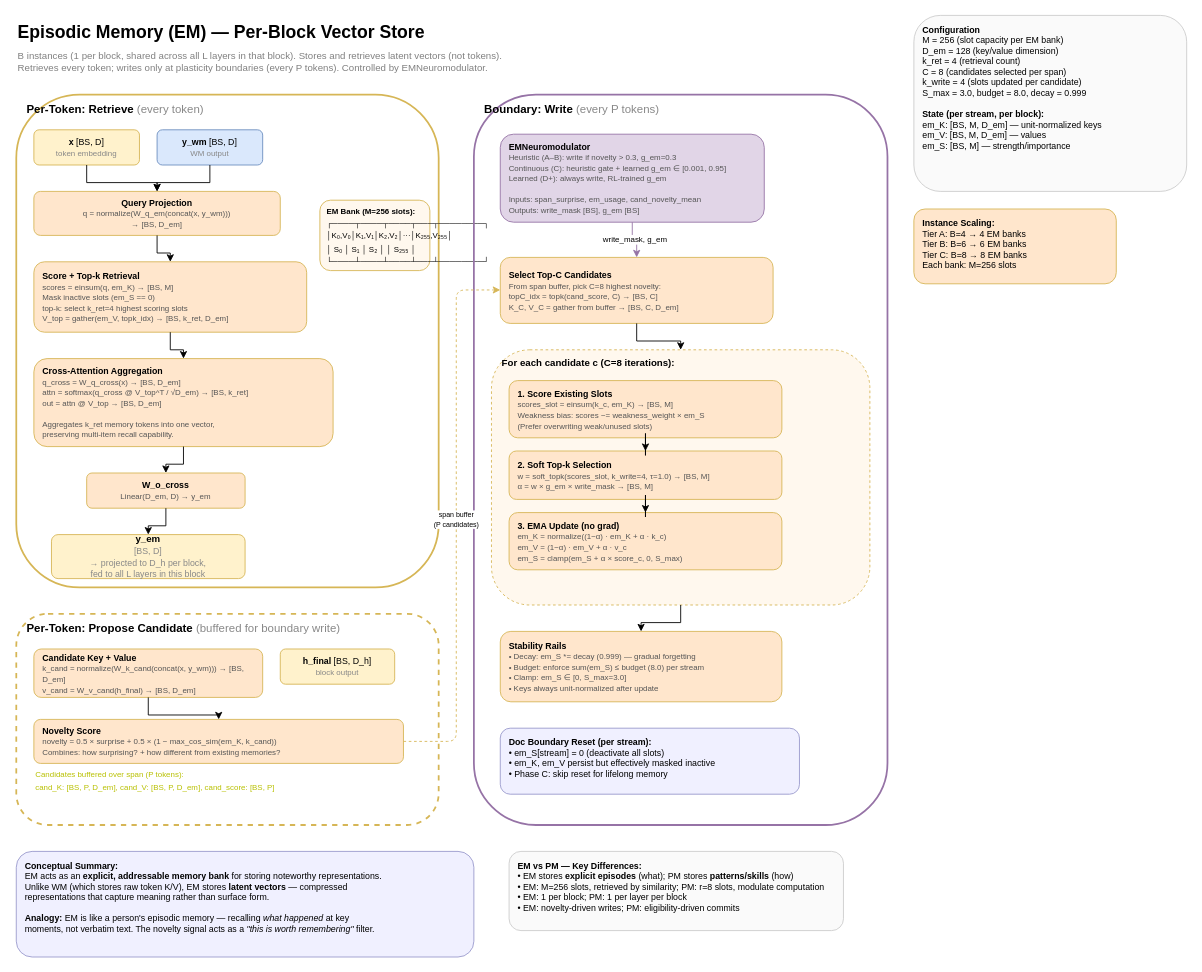
Above: docs/diagrams/episodic_memory.drawio in alxdofficial/neuromorphic (draw.io), before the change. Source tidied: cells renumbered, new cells numbered last; positions are measured from the earlier drawing's top-left corner, leaving out a move shared by most shapes. Both pictures are drawn from the tidied source at 88%, with x=0, y=0 at pixel (16, 15).
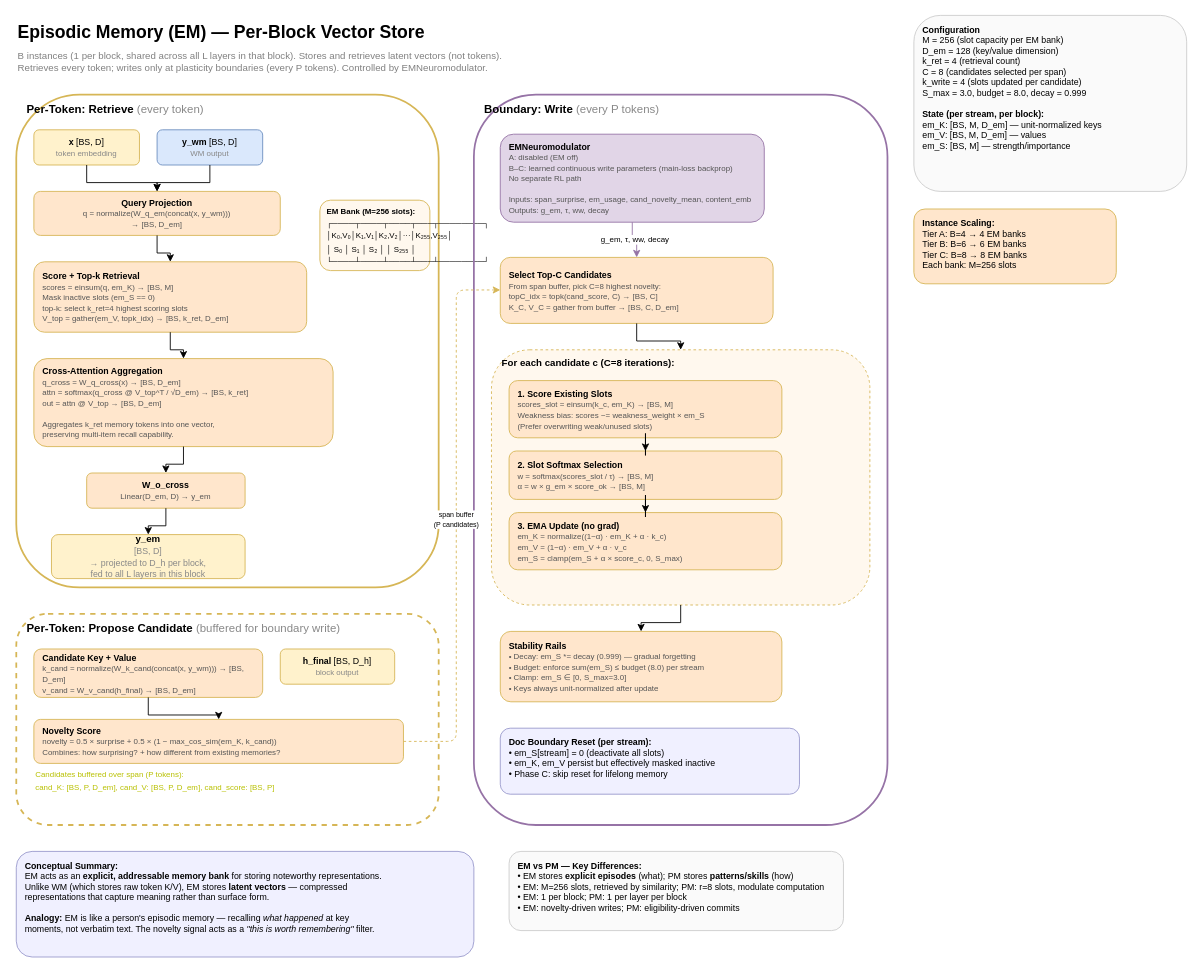
After the change.

Unchanged cells that the change refers to:
```xml
<mxCell id="32" value="&lt;b&gt;Select Top-C Candidates&lt;/b&gt;&lt;br&gt;&lt;font style=&quot;font-size: 9px;&quot; color=&quot;#555&quot;&gt;From span buffer, pick C=8 highest novelty:&lt;br&gt;topC_idx = topk(cand_score, C) → [BS, C]&lt;br&gt;K_C, V_C = gather from buffer → [BS, C, D_em]&lt;/font&gt;" style="rounded=1;whiteSpace=wrap;html=1;fillColor=#ffe6cc;strokeColor=#d6b656;fontSize=10;align=left;spacingLeft=8;" parent="1" vertex="1">
  <mxGeometry x="550" y="275" width="310" height="75" as="geometry" />
</mxCell>
```

Change to the diagram source:
```diff
@@
-    <mxCell id="31" value="&lt;b&gt;EMNeuromodulator&lt;/b&gt;&lt;br&gt;&lt;font style=&quot;font-size: 9px;&quot; color=&quot;#555&quot;&gt;Heuristic (A–B): write if novelty &gt; 0.3, g_em=0.3&lt;br&gt;Continuous (C): heuristic gate + learned g_em ∈ [0.001, 0.95]&lt;br&gt;Learned (D+): always write, RL-trained g_em&lt;br&gt;&lt;br&gt;Inputs: span_surprise, em_usage, cand_novelty_mean&lt;br&gt;Outputs: write_mask [BS], g_em [BS]&lt;/font&gt;" style="rounded=1;whiteSpace=wrap;html=1;fillColor=#e1d5e7;strokeColor=#9673a6;fontSize=10;align=left;spacingLeft=8;" parent="1" vertex="1">
+    <mxCell id="31" value="&lt;b&gt;EMNeuromodulator&lt;/b&gt;&lt;br&gt;&lt;font style=&quot;font-size: 9px;&quot; color=&quot;#555&quot;&gt;A: disabled (EM off)&lt;br&gt;B–C: learned continuous write parameters (main-loss backprop)&lt;br&gt;No separate RL path&lt;br&gt;&lt;br&gt;Inputs: span_surprise, em_usage, cand_novelty_mean, content_emb&lt;br&gt;Outputs: g_em, τ, ww, decay&lt;/font&gt;" style="rounded=1;whiteSpace=wrap;html=1;fillColor=#e1d5e7;strokeColor=#9673a6;fontSize=10;align=left;spacingLeft=8;" parent="1" vertex="1">
       <mxGeometry x="550" y="135" width="300" height="100" as="geometry" />
     </mxCell>
@@
-    <mxCell id="33" value="&lt;font style=&quot;font-size: 9px;&quot;&gt;write_mask, g_em&lt;/font&gt;" style="edgeStyle=orthogonalEdgeStyle;rounded=0;jettySize=auto;html=1;fontSize=9;strokeColor=#9673a6;" parent="1" edge="1" source="31" target="32">
+    <mxCell id="33" value="&lt;font style=&quot;font-size: 9px;&quot;&gt;g_em, τ, ww, decay&lt;/font&gt;" style="edgeStyle=orthogonalEdgeStyle;rounded=0;jettySize=auto;html=1;fontSize=9;strokeColor=#9673a6;" parent="1" edge="1" source="31" target="32">
       <mxGeometry relative="1" as="geometry" />
     </mxCell>
@@
-    <mxCell id="38" value="&lt;b&gt;2. Soft Top-k Selection&lt;/b&gt;&lt;br&gt;&lt;font style=&quot;font-size: 9px;&quot; color=&quot;#555&quot;&gt;w = soft_topk(scores_slot, k_write=4, τ=1.0) → [BS, M]&lt;br&gt;α = w × g_em × write_mask → [BS, M]&lt;/font&gt;" style="rounded=1;whiteSpace=wrap;html=1;fillColor=#ffe6cc;strokeColor=#d6b656;fontSize=10;align=left;spacingLeft=8;" parent="1" vertex="1">
+    <mxCell id="38" value="&lt;b&gt;2. Slot Softmax Selection&lt;/b&gt;&lt;br&gt;&lt;font style=&quot;font-size: 9px;&quot; color=&quot;#555&quot;&gt;w = softmax(scores_slot / τ) → [BS, M]&lt;br&gt;α = w × g_em × score_ok → [BS, M]&lt;/font&gt;" style="rounded=1;whiteSpace=wrap;html=1;fillColor=#ffe6cc;strokeColor=#d6b656;fontSize=10;align=left;spacingLeft=8;" parent="1" vertex="1">
       <mxGeometry x="560" y="495" width="310" height="55" as="geometry" />
     </mxCell>
```
